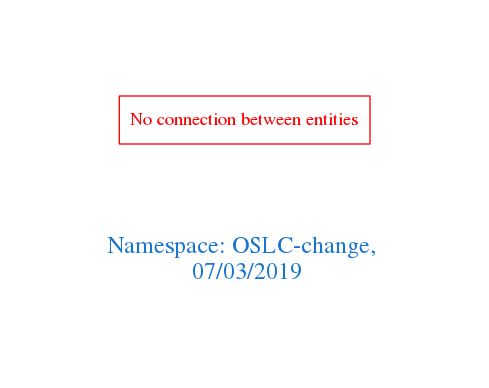
This is downloads/OSLC-change.png from arago/OGIT, a Graphviz export, as it was before one commit. Its source is kept beside it as downloads/OSLC-change.dot.
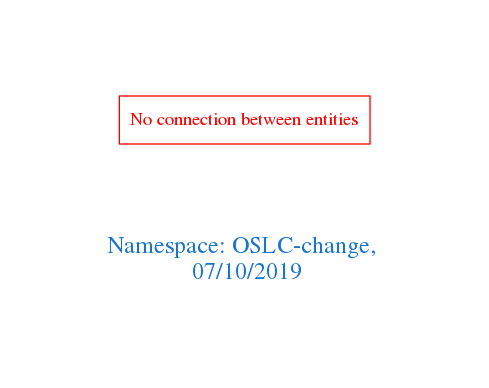
Later version of the same file.

The edit, as a diff of the source:
```diff
@@ -1,7 +1,7 @@
 digraph OGIT_ontology {
  graph [ rankdir= LR,pad=1
 fontsize = 18,
-fontcolor= dodgerblue3,label = "\n\n\nNamespace: OSLC-change, \n 07/03/2019"];
+fontcolor= dodgerblue3,label = "\n\n\nNamespace: OSLC-change, \n 07/10/2019"];
 node[shape=polygon];
 edge [  color="gray81"];
 
```
